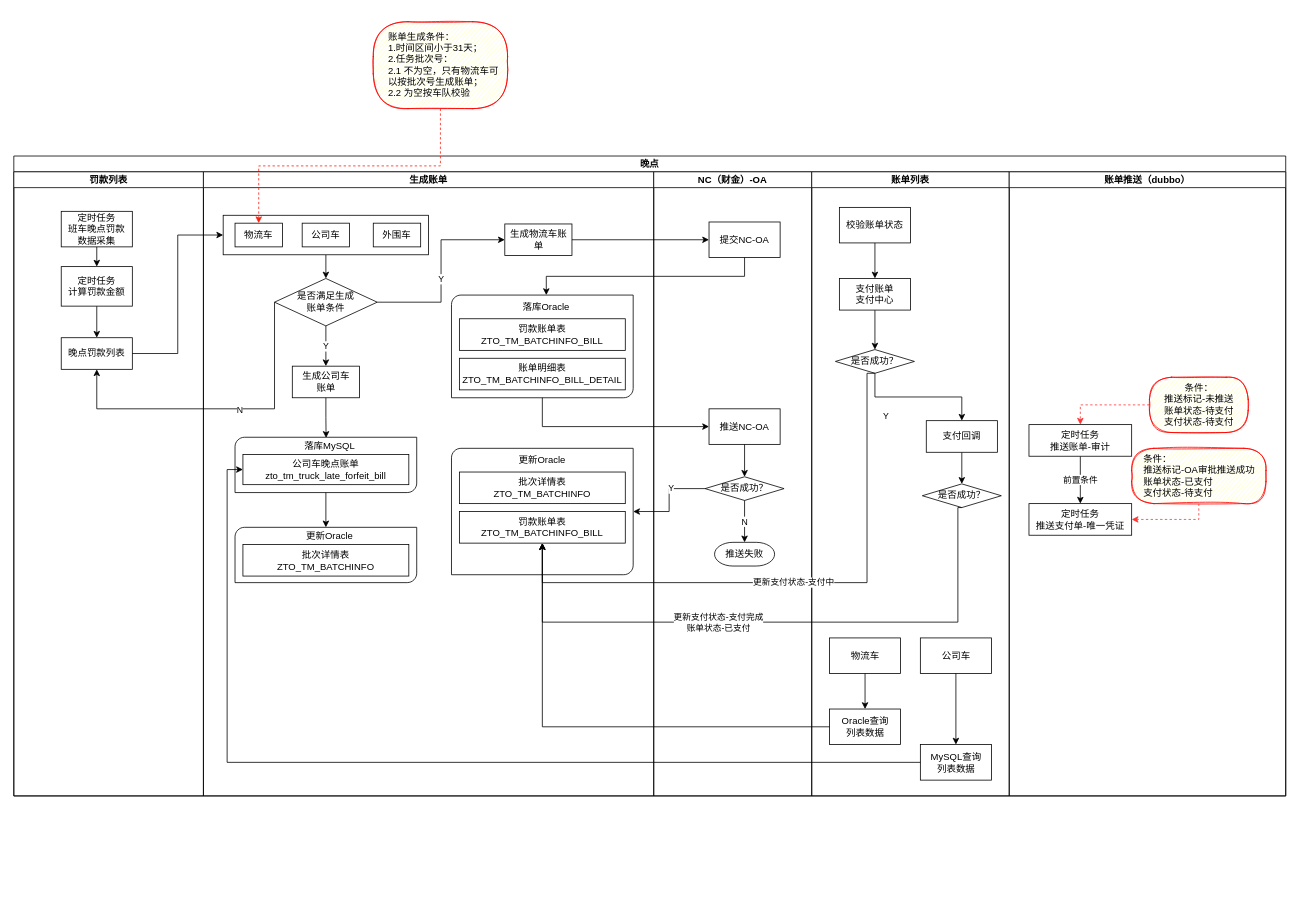
Before: 未命名绘图.drawio in zhuzicc/Springboot, a draw.io diagram. Source tidied: cells renumbered, new cells numbered last; positions are measured from the earlier drawing's top-left corner, leaving out a move shared by most shapes. Both pictures are drawn from the tidied source at 79%, with x=0, y=0 at pixel (13, 21).
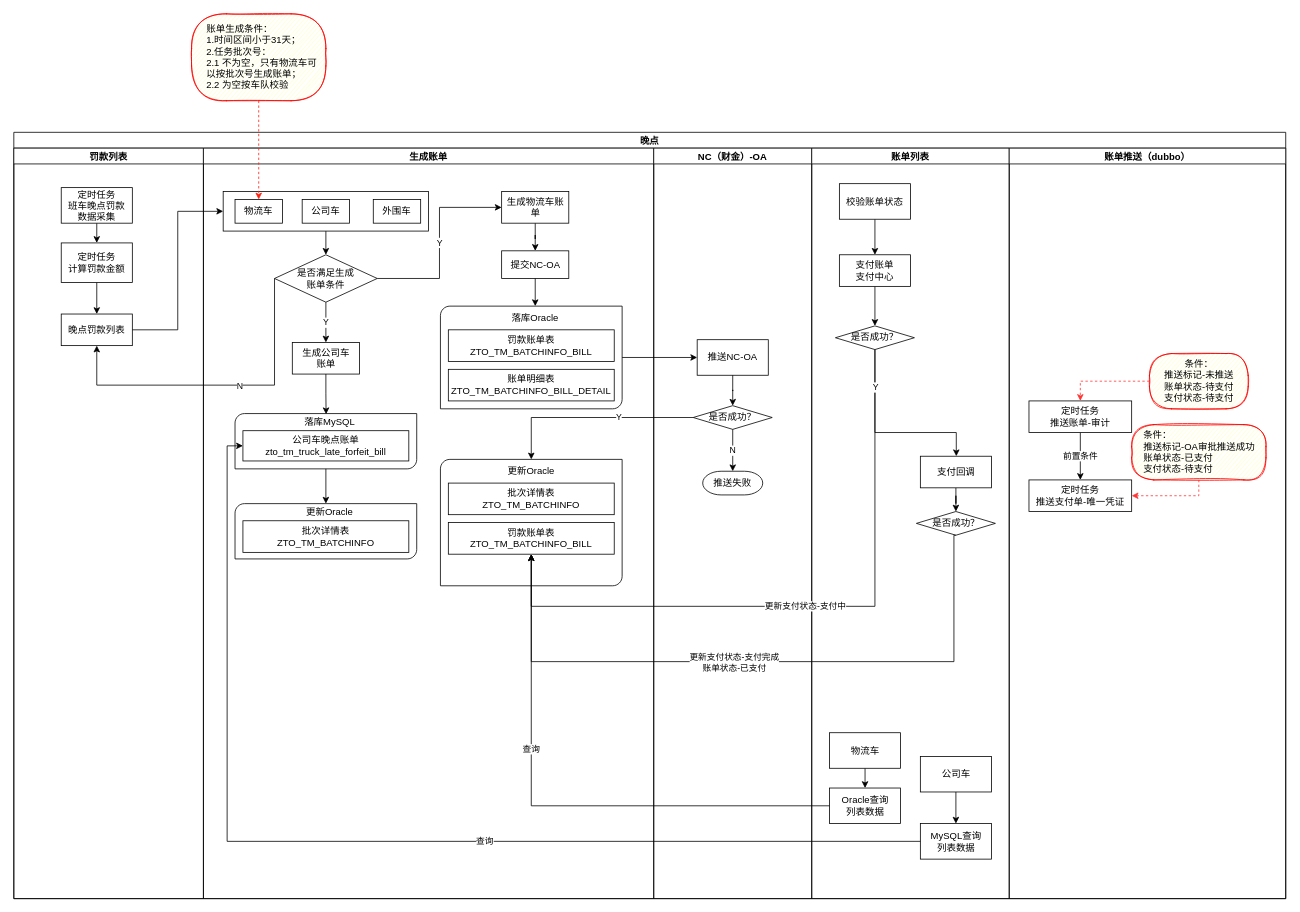
The same diagram, later.

The change refers to these unchanged cells:
```xml
<mxCell id="13" style="verticalLabelPosition=bottom;verticalAlign=top;html=1;shape=mxgraph.basic.diag_round_rect;dx=6;" parent="12" vertex="1">
  <mxGeometry width="230" height="130" as="geometry" />
</mxCell>
<mxCell id="14" value="落库Oracle" style="text;html=1;strokeColor=none;fillColor=none;align=center;verticalAlign=middle;whiteSpace=wrap;rounded=0;" parent="12" vertex="1">
  <mxGeometry x="80" width="80" height="30" as="geometry" />
</mxCell>
<mxCell id="24" value="是否满足生成&lt;br&gt;账单条件" style="rhombus;whiteSpace=wrap;html=1;" parent="9" vertex="1">
  <mxGeometry x="90" y="135" width="130" height="60" as="geometry" />
</mxCell>
<mxCell id="26" style="verticalLabelPosition=bottom;verticalAlign=top;html=1;shape=mxgraph.basic.diag_round_rect;dx=6;" parent="25" vertex="1">
  <mxGeometry width="230" height="160" as="geometry" />
</mxCell>
<mxCell id="29" value="罚款账单表&lt;br&gt;ZTO_TM_BATCHINFO_BILL" style="rounded=0;whiteSpace=wrap;html=1;" parent="25" vertex="1">
  <mxGeometry x="10" y="80" width="210" height="40" as="geometry" />
</mxCell>
<mxCell id="66" value="是否成功？" style="rhombus;whiteSpace=wrap;html=1;" parent="57" vertex="1">
  <mxGeometry x="30" y="225" width="100" height="30" as="geometry" />
</mxCell>
<mxCell id="86" style="edgeStyle=orthogonalEdgeStyle;rounded=0;jettySize=auto;html=1;exitX=0;exitY=0.5;exitDx=0;exitDy=0;entryX=0;entryY=0.5;entryDx=0;entryDy=0;strokeColor=#000000;" parent="2" edge="1" source="71" target="35">
  <mxGeometry relative="1" as="geometry" />
</mxCell>
```

The edit, as a diff of the source:
```diff
@@
     <mxCell id="2" value="晚点" style="swimlane;startSize=20;" parent="1" vertex="1">
-      <mxGeometry y="170" width="1610" height="810" as="geometry" />
+      <mxGeometry y="140" width="1610" height="970" as="geometry" />
     </mxCell>
     <mxCell id="3" value="罚款列表" style="swimlane;startSize=20;" parent="2" vertex="1">
-      <mxGeometry y="20" width="240" height="790" as="geometry" />
+      <mxGeometry y="20" width="240" height="950" as="geometry" />
     </mxCell>
@@
+    <mxCell id="51" style="rounded=0;jettySize=auto;html=1;exitX=0;exitY=0.5;exitDx=0;exitDy=0;edgeStyle=orthogonalEdgeStyle;" parent="2" edge="1" source="45" target="26">
+      <mxGeometry relative="1" as="geometry" />
+    </mxCell>
+    <mxCell id="52" value="Y" style="edgeLabel;html=1;align=center;verticalAlign=middle;" parent="51" vertex="1">
+      <mxGeometry x="-0.26" y="-1" relative="1" as="geometry" />
+    </mxCell>
     <mxCell id="9" value="生成账单" style="swimlane;startSize=20;" parent="2" vertex="1">
-      <mxGeometry x="240" y="20" width="570" height="790" as="geometry" />
+      <mxGeometry x="240" y="20" width="570" height="950" as="geometry" />
     </mxCell>
@@
     <mxCell id="12" style="group;" parent="9" vertex="1">
-      <mxGeometry x="314" y="156" width="240" height="130" as="geometry" />
+      <mxGeometry x="300" y="200" width="240" height="130" as="geometry" />
     </mxCell>
@@
+    <mxCell id="49" style="edgeStyle=orthogonalEdgeStyle;rounded=0;jettySize=auto;html=1;exitX=0.5;exitY=1;exitDx=0;exitDy=0;" parent="9" edge="1" source="17" target="43">
+      <mxGeometry relative="1" as="geometry" />
+    </mxCell>
     <mxCell id="17" value="生成物流车账单" style="rounded=0;whiteSpace=wrap;html=1;" parent="9" vertex="1">
-      <mxGeometry x="381.5" y="66" width="85" height="40" as="geometry" />
+      <mxGeometry x="377.5" y="55" width="85" height="40" as="geometry" />
     </mxCell>
@@
-    <mxCell id="21" style="edgeStyle=orthogonalEdgeStyle;rounded=0;jettySize=auto;html=1;exitX=1;exitY=0.5;exitDx=0;exitDy=0;entryX=0;entryY=0.5;entryDx=0;entryDy=0;strokeColor=#000000;" parent="9" edge="1" source="24" target="17">
+    <mxCell id="21" value="Y" style="edgeStyle=orthogonalEdgeStyle;rounded=0;jettySize=auto;html=1;exitX=1;exitY=0.5;exitDx=0;exitDy=0;entryX=0;entryY=0.5;entryDx=0;entryDy=0;strokeColor=#000000;" parent="9" edge="1" source="24" target="17">
       <mxGeometry relative="1" as="geometry" />
     </mxCell>
-    <mxCell id="22" value="Y" style="edgeLabel;html=1;align=center;verticalAlign=middle;" parent="21" vertex="1">
-      <mxGeometry x="-0.49" y="2" relative="1" as="geometry">
-        <mxPoint x="19" y="-28" as="offset" />
-      </mxGeometry>
-    </mxCell>
@@
     <mxCell id="25" style="group;" parent="9" vertex="1">
-      <mxGeometry x="314" y="350" width="240" height="160" as="geometry" />
+      <mxGeometry x="300" y="394" width="240" height="160" as="geometry" />
     </mxCell>
@@
+    <mxCell id="43" value="提交NC-OA" style="rounded=0;whiteSpace=wrap;html=1;" parent="9" vertex="1">
+      <mxGeometry x="377.5" y="130" width="85" height="35" as="geometry" />
+    </mxCell>
+    <mxCell id="53" style="edgeStyle=orthogonalEdgeStyle;rounded=0;jettySize=auto;html=1;exitX=0.5;exitY=1;exitDx=0;exitDy=0;entryX=0.5;entryY=0;entryDx=0;entryDy=0;" parent="9" edge="1" source="43" target="14">
+      <mxGeometry relative="1" as="geometry" />
+    </mxCell>
     <mxCell id="42" value="NC（财金）-OA" style="swimlane;startSize=20;" parent="2" vertex="1">
-      <mxGeometry x="810" y="20" width="200" height="790" as="geometry" />
+      <mxGeometry x="810" y="20" width="200" height="950" as="geometry" />
     </mxCell>
-    <mxCell id="43" value="提交NC-OA" style="rounded=0;whiteSpace=wrap;html=1;" parent="42" vertex="1">
-      <mxGeometry x="70" y="63.5" width="90" height="45" as="geometry" />
-    </mxCell>
     <mxCell id="44" value="推送NC-OA" style="rounded=0;whiteSpace=wrap;html=1;" parent="42" vertex="1">
-      <mxGeometry x="70" y="300" width="90" height="45" as="geometry" />
+      <mxGeometry x="55" y="242.5" width="90" height="45" as="geometry" />
     </mxCell>
     <mxCell id="45" value="是否成功？" style="rhombus;whiteSpace=wrap;html=1;" parent="42" vertex="1">
-      <mxGeometry x="65" y="386" width="100" height="30" as="geometry" />
+      <mxGeometry x="50" y="326" width="100" height="30" as="geometry" />
     </mxCell>
@@
     <mxCell id="47" value="推送失败" style="strokeWidth=1;html=1;shape=mxgraph.flowchart.terminator;whiteSpace=wrap;" parent="42" vertex="1">
-      <mxGeometry x="77" y="469" width="76" height="30" as="geometry" />
+      <mxGeometry x="62" y="409" width="76" height="30" as="geometry" />
     </mxCell>
@@
-    <mxCell id="49" style="edgeStyle=orthogonalEdgeStyle;rounded=0;jettySize=auto;html=1;exitX=1;exitY=0.5;exitDx=0;exitDy=0;entryX=0;entryY=0.5;entryDx=0;entryDy=0;" parent="2" edge="1" source="17" target="43">
-      <mxGeometry relative="1" as="geometry" />
-    </mxCell>
-    <mxCell id="50" style="edgeStyle=orthogonalEdgeStyle;rounded=0;jettySize=auto;html=1;exitX=0.5;exitY=1;exitDx=0;exitDy=0;exitPerimeter=0;entryX=0;entryY=0.5;entryDx=0;entryDy=0;" parent="2" edge="1" source="13" target="44">
-      <mxGeometry relative="1" as="geometry" />
-    </mxCell>
-    <mxCell id="51" style="rounded=0;jettySize=auto;html=1;exitX=0;exitY=0.5;exitDx=0;exitDy=0;edgeStyle=orthogonalEdgeStyle;" parent="2" edge="1" source="45" target="26">
-      <mxGeometry relative="1" as="geometry" />
-    </mxCell>
-    <mxCell id="52" value="Y" style="edgeLabel;html=1;align=center;verticalAlign=middle;" parent="51" vertex="1">
-      <mxGeometry x="-0.26" y="-1" relative="1" as="geometry" />
-    </mxCell>
-    <mxCell id="53" style="edgeStyle=orthogonalEdgeStyle;rounded=0;jettySize=auto;html=1;exitX=0.5;exitY=1;exitDx=0;exitDy=0;entryX=0.5;entryY=0;entryDx=0;entryDy=0;" parent="2" edge="1" source="43" target="14">
-      <mxGeometry relative="1" as="geometry" />
-    </mxCell>
@@
     <mxCell id="57" value="账单列表" style="swimlane;startSize=20;" parent="2" vertex="1">
-      <mxGeometry x="1010" y="20" width="250" height="790" as="geometry" />
+      <mxGeometry x="1010" y="20" width="250" height="950" as="geometry" />
     </mxCell>
-    <mxCell id="58" value="物流车" style="rounded=0;whiteSpace=wrap;html=1;" parent="57" vertex="1">
-      <mxGeometry x="22.5" y="590" width="90" height="45" as="geometry" />
-    </mxCell>
-    <mxCell id="59" value="Oracle查询&lt;br&gt;列表数据" style="rounded=0;whiteSpace=wrap;html=1;" parent="57" vertex="1">
-      <mxGeometry x="22.5" y="680" width="90" height="45" as="geometry" />
-    </mxCell>
-    <mxCell id="60" style="edgeStyle=orthogonalEdgeStyle;rounded=0;jettySize=auto;html=1;exitX=0.5;exitY=1;exitDx=0;exitDy=0;strokeColor=#000000;" parent="57" edge="1" source="58" target="59">
-      <mxGeometry relative="1" as="geometry" />
-    </mxCell>
@@
     <mxCell id="65" style="edgeStyle=orthogonalEdgeStyle;rounded=0;jettySize=auto;html=1;exitX=0.5;exitY=1;exitDx=0;exitDy=0;strokeColor=#000000;" parent="57" edge="1" source="66" target="68">
-      <mxGeometry relative="1" as="geometry" />
+      <mxGeometry relative="1" as="geometry">
+        <Array as="points">
+          <mxPoint x="80" y="360" />
+          <mxPoint x="183" y="360" />
+        </Array>
+      </mxGeometry>
     </mxCell>
@@
-    <mxCell id="67" style="edgeStyle=orthogonalEdgeStyle;rounded=0;jettySize=auto;html=1;exitX=0.5;exitY=1;exitDx=0;exitDy=0;strokeColor=#000000;" parent="57" edge="1" source="68" target="69">
+    <mxCell id="67" style="edgeStyle=orthogonalEdgeStyle;rounded=0;jettySize=auto;html=1;exitX=0.5;exitY=1;exitDx=0;exitDy=0;" parent="57" edge="1" source="68" target="69">
       <mxGeometry relative="1" as="geometry" />
     </mxCell>
     <mxCell id="68" value="支付回调" style="rounded=0;whiteSpace=wrap;html=1;" parent="57" vertex="1">
-      <mxGeometry x="145" y="315" width="90" height="40" as="geometry" />
+      <mxGeometry x="137.5" y="390" width="90" height="40" as="geometry" />
     </mxCell>
     <mxCell id="69" value="是否成功？" style="rhombus;whiteSpace=wrap;html=1;" parent="57" vertex="1">
-      <mxGeometry x="140" y="395" width="100" height="30" as="geometry" />
+      <mxGeometry x="132.5" y="460" width="100" height="30" as="geometry" />
     </mxCell>
     <mxCell id="70" value="公司车" style="rounded=0;whiteSpace=wrap;html=1;" parent="57" vertex="1">
-      <mxGeometry x="137.5" y="590" width="90" height="45" as="geometry" />
+      <mxGeometry x="137.5" y="770" width="90" height="45" as="geometry" />
     </mxCell>
     <mxCell id="71" value="MySQL查询&lt;br&gt;列表数据" style="rounded=0;whiteSpace=wrap;html=1;" parent="57" vertex="1">
-      <mxGeometry x="137.5" y="725" width="90" height="45" as="geometry" />
+      <mxGeometry x="137.5" y="855" width="90" height="45" as="geometry" />
     </mxCell>
@@
+    <mxCell id="60" style="edgeStyle=orthogonalEdgeStyle;rounded=0;jettySize=auto;html=1;exitX=0.5;exitY=1;exitDx=0;exitDy=0;entryX=0.5;entryY=0;entryDx=0;entryDy=0;" parent="57" edge="1" source="58" target="59">
+      <mxGeometry relative="1" as="geometry" />
+    </mxCell>
+    <mxCell id="58" value="物流车" style="rounded=0;whiteSpace=wrap;html=1;" parent="57" vertex="1">
+      <mxGeometry x="22.5" y="740" width="90" height="45" as="geometry" />
+    </mxCell>
+    <mxCell id="59" value="Oracle查询&lt;br&gt;列表数据" style="rounded=0;whiteSpace=wrap;html=1;" parent="57" vertex="1">
+      <mxGeometry x="22.5" y="810" width="90" height="45" as="geometry" />
+    </mxCell>
     <mxCell id="73" value="账单推送（dubbo）" style="swimlane;startSize=20;" parent="2" vertex="1">
-      <mxGeometry x="1260" y="20" width="350" height="790" as="geometry" />
+      <mxGeometry x="1260" y="20" width="350" height="950" as="geometry" />
     </mxCell>
@@
     <mxCell id="81" value="更新支付状态-支付中" style="edgeStyle=orthogonalEdgeStyle;rounded=0;jettySize=auto;html=1;exitX=0.5;exitY=1;exitDx=0;exitDy=0;entryX=0.5;entryY=1;entryDx=0;entryDy=0;strokeColor=#000000;" parent="2" edge="1" source="66" target="29">
       <mxGeometry relative="1" as="geometry">
         <Array as="points">
-          <mxPoint x="1080" y="540" />
-          <mxPoint x="669" y="540" />
+          <mxPoint x="1090" y="600" />
+          <mxPoint x="655" y="600" />
         </Array>
       </mxGeometry>
     </mxCell>
-    <mxCell id="82" value="Y" style="edgeLabel;html=1;align=center;verticalAlign=middle;" parent="81" vertex="1">
-      <mxGeometry x="-0.63" y="2" relative="1" as="geometry">
-        <mxPoint x="21" y="-72" as="offset" />
-      </mxGeometry>
-    </mxCell>
+    <mxCell id="89" value="Y" style="edgeLabel;html=1;align=center;verticalAlign=middle;" parent="81" vertex="1">
+      <mxGeometry x="-0.7" relative="1" as="geometry">
+        <mxPoint y="-77" as="offset" />
+      </mxGeometry>
+    </mxCell>
     <mxCell id="83" style="edgeStyle=orthogonalEdgeStyle;rounded=0;jettySize=auto;html=1;exitX=0.5;exitY=1;exitDx=0;exitDy=0;entryX=0.5;entryY=1;entryDx=0;entryDy=0;strokeColor=#000000;" parent="2" edge="1" source="69" target="29">
       <mxGeometry relative="1" as="geometry">
         <Array as="points">
-          <mxPoint x="1195" y="445" />
-          <mxPoint x="1195" y="590" />
-          <mxPoint x="669" y="590" />
+          <mxPoint x="1190" y="510" />
+          <mxPoint x="1190" y="670" />
+          <mxPoint x="655" y="670" />
         </Array>
       </mxGeometry>
     </mxCell>
     <mxCell id="84" value="更新支付状态-支付完成&lt;br&gt;账单状态-已支付" style="edgeLabel;html=1;align=center;verticalAlign=middle;" parent="83" vertex="1">
       <mxGeometry x="0.18" y="-1" relative="1" as="geometry">
-        <mxPoint x="4" y="1" as="offset" />
+        <mxPoint x="51" y="1" as="offset" />
       </mxGeometry>
     </mxCell>
-    <mxCell id="85" style="edgeStyle=orthogonalEdgeStyle;rounded=0;jettySize=auto;html=1;exitX=0;exitY=0.5;exitDx=0;exitDy=0;entryX=0.5;entryY=1;entryDx=0;entryDy=0;strokeColor=#000000;" parent="2" edge="1" source="59" target="29">
-      <mxGeometry relative="1" as="geometry" />
+    <mxCell id="85" value="查询" style="edgeStyle=orthogonalEdgeStyle;rounded=0;jettySize=auto;html=1;exitX=0;exitY=0.5;exitDx=0;exitDy=0;entryX=0.5;entryY=1;entryDx=0;entryDy=0;strokeColor=#000000;" parent="2" edge="1" source="59" target="29">
+      <mxGeometry x="0.29" relative="1" as="geometry" />
     </mxCell>
@@
+    <mxCell id="90" value="查询" style="edgeLabel;html=1;align=center;verticalAlign=middle;" parent="86" vertex="1">
+      <mxGeometry x="-0.21" y="-1" relative="1" as="geometry" />
+    </mxCell>
+    <mxCell id="50" style="edgeStyle=orthogonalEdgeStyle;rounded=0;jettySize=auto;html=1;exitX=1;exitY=0.5;exitDx=0;exitDy=0;exitPerimeter=0;entryX=0;entryY=0.5;entryDx=0;entryDy=0;" parent="2" edge="1" source="13" target="44">
+      <mxGeometry relative="1" as="geometry" />
+    </mxCell>
@@
     <mxCell id="88" value="账单生成条件：&lt;br&gt;1.时间区间小于31天；&lt;br&gt;2.任务批次号：&lt;br&gt;2.1 不为空，只有物流车可以按批次号生成账单；&lt;br&gt;&lt;div style=&quot;&quot;&gt;&lt;span&gt;2.2 为空按车队校验&lt;/span&gt;&lt;/div&gt;" style="rounded=1;whiteSpace=wrap;html=1;arcSize=40;fontColor=#000000;fillColor=#ffffc0;strokeColor=#ff0000;align=left;glass=0;shadow=0;sketch=1;spacingLeft=17;" parent="1" vertex="1">
-      <mxGeometry x="455" width="170" height="110" as="geometry" />
+      <mxGeometry x="225" y="-10" width="170" height="110" as="geometry" />
     </mxCell>
```
